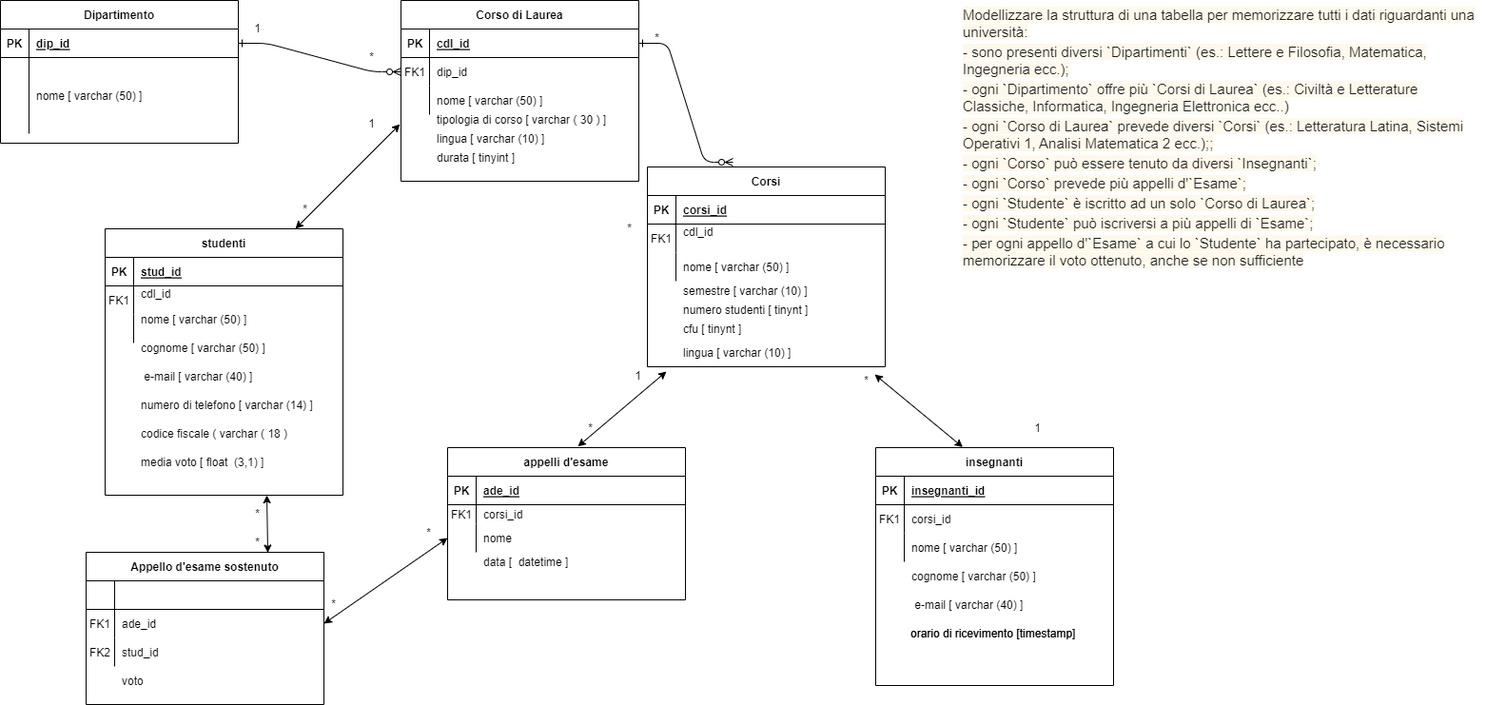
Before: db-uni-1.drawio.png, a diagram exported from draw.io (Al3ss4/db-university). Source tidied: cells renumbered, new cells last; positions are measured from the earlier drawing's top-left corner, leaving out a move shared by most shapes.
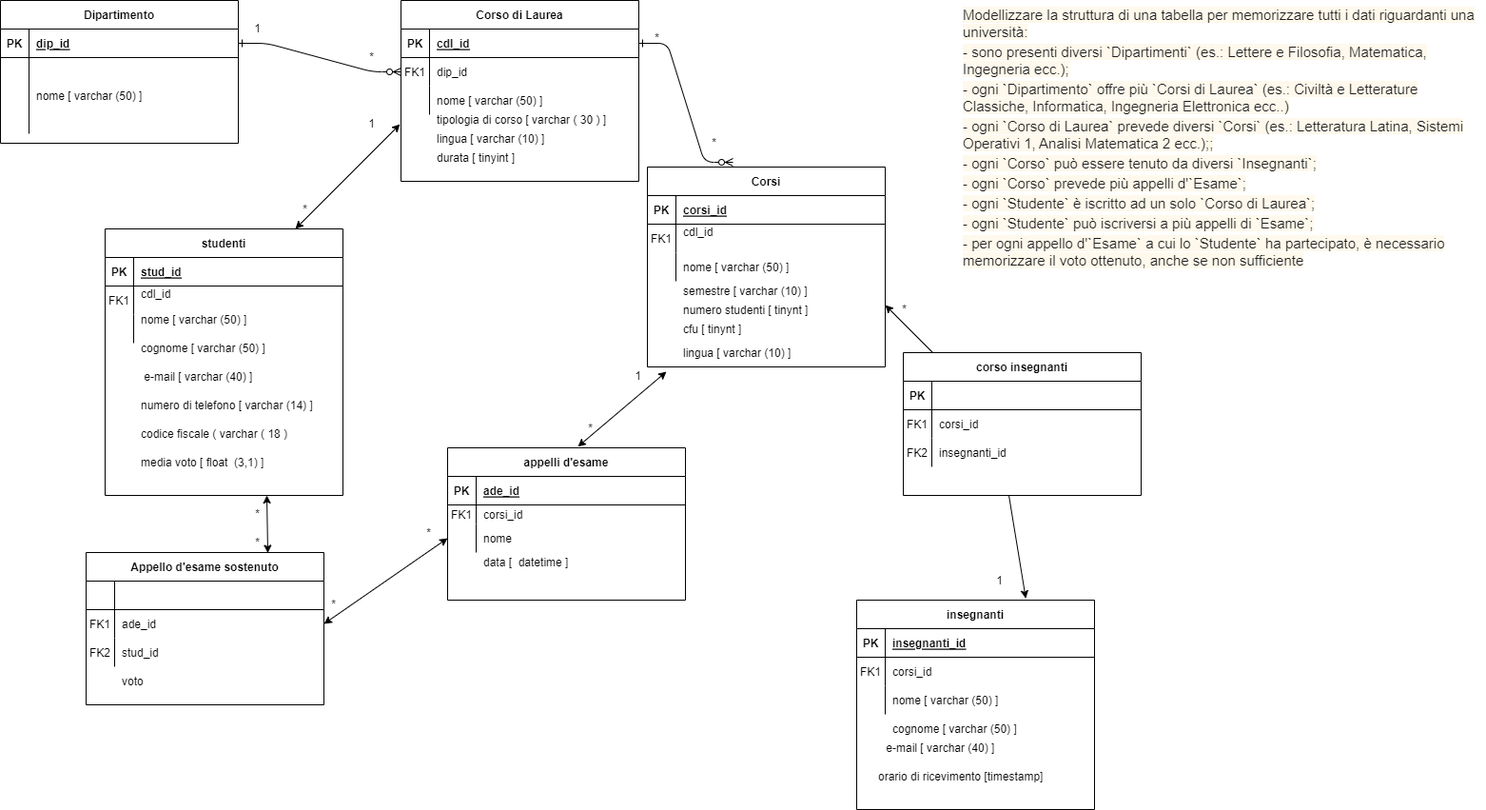
Above is the later version.

Diff of the diagram source:
```diff
@@ -104,10 +104,10 @@
       <mxGeometry x="680" y="30" width="20" height="20" as="geometry" />
     </mxCell>
     <mxCell id="35" value="*" style="text;html=1;align=center;verticalAlign=middle;strokeColor=none;fillColor=none;" parent="1" vertex="1">
-      <mxGeometry x="651" y="230" width="20" height="20" as="geometry" />
+      <mxGeometry x="740" y="140" width="20" height="20" as="geometry" />
     </mxCell>
     <mxCell id="36" value="insegnanti" style="shape=table;startSize=30;rowLines=0;fontStyle=1;align=center;" parent="1" vertex="1">
-      <mxGeometry x="920" y="470" width="250" height="250" as="geometry" />
+      <mxGeometry x="900" y="630" width="250" height="220" as="geometry" />
     </mxCell>
     <mxCell id="37" style="shape=partialRectangle;fillColor=none;top=0;left=0;right=0;bottom=1;" parent="36" vertex="1">
       <mxGeometry y="30" width="250" height="30" as="geometry" />
@@ -137,10 +137,10 @@
       <mxGeometry x="30" width="220" height="30" as="geometry" />
     </mxCell>
     <mxCell id="46" value="*" style="text;html=1;align=center;verticalAlign=middle;points=[];strokeColor=none;fillColor=none;" parent="1" vertex="1">
-      <mxGeometry x="900" y="390" width="20" height="20" as="geometry" />
+      <mxGeometry x="940" y="315" width="20" height="20" as="geometry" />
     </mxCell>
     <mxCell id="47" value="1" style="text;html=1;align=center;verticalAlign=middle;strokeColor=none;fillColor=none;" parent="1" vertex="1">
-      <mxGeometry x="1080" y="440" width="20" height="20" as="geometry" />
+      <mxGeometry x="1040" y="600" width="20" height="20" as="geometry" />
     </mxCell>
     <mxCell id="48" value="appelli d'esame" style="shape=table;startSize=30;rowLines=0;fontStyle=1;align=center;" parent="1" vertex="1">
       <mxGeometry x="470" y="470" width="250" height="160" as="geometry" />
@@ -279,16 +279,13 @@
       <mxGeometry x="440" y="550" width="20" height="20" as="geometry" />
     </mxCell>
     <mxCell id="91" value="cognome [ varchar (50) ]" style="shape=partialRectangle;overflow=hidden;fillColor=none;top=0;left=0;bottom=0;right=0;align=left;spacingLeft=6;" parent="1" vertex="1">
-      <mxGeometry x="950" y="590" width="220" height="30" as="geometry" />
+      <mxGeometry x="930" y="750" width="220" height="30" as="geometry" />
     </mxCell>
     <mxCell id="92" value=" e-mail [ varchar (40) ]" style="shape=partialRectangle;overflow=hidden;fillColor=none;top=0;left=0;bottom=0;right=0;align=left;spacingLeft=6;" parent="1" vertex="1">
-      <mxGeometry x="950" y="620" width="220" height="30" as="geometry" />
+      <mxGeometry x="920" y="770" width="220" height="30" as="geometry" />
     </mxCell>
-    <mxCell id="93" value="orario di ricevimento [timestamp]" style="shape=partialRectangle;overflow=hidden;fillColor=none;top=0;left=0;bottom=0;right=0;align=left;spacingLeft=6;" parent="1" vertex="1">
-      <mxGeometry x="949" y="650" width="220" height="30" as="geometry" />
-    </mxCell>
     <mxCell id="94" value="orario di ricevimento [timestamp]" style="shape=partialRectangle;overflow=hidden;fillColor=none;top=0;left=0;bottom=0;right=0;align=left;spacingLeft=6;" parent="1" vertex="1">
-      <mxGeometry x="949" y="650" width="220" height="30" as="geometry" />
+      <mxGeometry x="915" y="800" width="220" height="30" as="geometry" />
     </mxCell>
     <mxCell id="95" value="numero di telefono [ varchar (14) ]" style="shape=partialRectangle;overflow=hidden;fillColor=none;top=0;left=0;bottom=0;right=0;align=left;spacingLeft=6;" parent="1" vertex="1">
       <mxGeometry x="140" y="410" width="220" height="30" as="geometry" />
@@ -308,8 +305,11 @@
     <mxCell id="100" value="data [  datetime ]" style="shape=partialRectangle;overflow=hidden;fillColor=none;top=0;left=0;bottom=0;right=0;align=left;spacingLeft=6;" parent="1" vertex="1">
       <mxGeometry x="500" y="580" width="220" height="20" as="geometry" />
     </mxCell>
-    <mxCell id="101" style="endArrow=classic;startArrow=classic;html=1;rounded=0;exitX=0.366;exitY=-0.002;exitDx=0;exitDy=0;exitPerimeter=0;entryX=0.948;entryY=0.154;entryDx=0;entryDy=0;entryPerimeter=0;" parent="1" edge="1" source="36" target="46">
-      <mxGeometry relative="1" as="geometry" />
+    <mxCell id="101" style="endArrow=classic;startArrow=none;html=1;rounded=0;exitX=0;exitY=0;exitDx=0;exitDy=0;" parent="1" edge="1">
+      <mxGeometry relative="1" as="geometry">
+        <mxPoint x="980" y="370" as="sourcePoint" />
+        <mxPoint x="930" y="320" as="targetPoint" />
+      </mxGeometry>
     </mxCell>
     <mxCell id="102" value="numero studenti [ tinynt ]" style="shape=partialRectangle;overflow=hidden;fillColor=none;top=0;left=0;bottom=0;right=0;align=left;spacingLeft=6;" parent="1" vertex="1">
       <mxGeometry x="710" y="310" width="220" height="30" as="geometry" />
@@ -335,5 +335,40 @@
     <mxCell id="109" value="media voto [ float  (3,1) ]" style="shape=partialRectangle;overflow=hidden;fillColor=none;top=0;left=0;bottom=0;right=0;align=left;spacingLeft=6;" parent="1" vertex="1">
       <mxGeometry x="140" y="470" width="220" height="30" as="geometry" />
     </mxCell>
+    <mxCell id="110" style="endArrow=none;startArrow=classic;html=1;rounded=0;exitX=0.711;exitY=-0.008;exitDx=0;exitDy=0;exitPerimeter=0;" parent="1" edge="1" source="36">
+      <mxGeometry relative="1" as="geometry">
+        <mxPoint x="1060" y="520" as="targetPoint" />
+      </mxGeometry>
+    </mxCell>
+    <mxCell id="111" value="corso insegnanti" style="shape=table;startSize=30;rowLines=0;fontStyle=1;align=center;" parent="1" vertex="1">
+      <mxGeometry x="949" y="370" width="250" height="150" as="geometry" />
+    </mxCell>
+    <mxCell id="112" style="shape=partialRectangle;fillColor=none;top=0;left=0;right=0;bottom=1;" parent="111" vertex="1">
+      <mxGeometry y="30" width="250" height="30" as="geometry" />
+    </mxCell>
+    <mxCell id="113" value="PK" style="shape=partialRectangle;overflow=hidden;fillColor=none;top=0;left=0;bottom=0;right=0;fontStyle=1;" parent="112" vertex="1">
+      <mxGeometry width="30" height="30" as="geometry" />
+    </mxCell>
+    <mxCell id="114" style="shape=partialRectangle;overflow=hidden;fillColor=none;top=0;left=0;bottom=0;right=0;align=left;spacingLeft=6;fontStyle=5;" parent="112" vertex="1">
+      <mxGeometry x="30" width="220" height="30" as="geometry" />
+    </mxCell>
+    <mxCell id="115" style="shape=partialRectangle;fillColor=none;top=0;left=0;right=0;bottom=0;" parent="111" vertex="1">
+      <mxGeometry y="60" width="250" height="30" as="geometry" />
+    </mxCell>
+    <mxCell id="116" value="FK1" style="shape=partialRectangle;overflow=hidden;fillColor=none;top=0;left=0;bottom=0;right=0;" parent="115" vertex="1">
+      <mxGeometry width="30" height="30" as="geometry" />
+    </mxCell>
+    <mxCell id="117" value="corsi_id" style="shape=partialRectangle;overflow=hidden;fillColor=none;top=0;left=0;bottom=0;right=0;align=left;spacingLeft=6;" parent="115" vertex="1">
+      <mxGeometry x="30" width="220" height="30" as="geometry" />
+    </mxCell>
+    <mxCell id="118" style="shape=partialRectangle;fillColor=none;top=0;left=0;right=0;bottom=0;" parent="111" vertex="1">
+      <mxGeometry y="90" width="250" height="30" as="geometry" />
+    </mxCell>
+    <mxCell id="119" value="FK2" style="shape=partialRectangle;overflow=hidden;fillColor=none;top=0;left=0;bottom=0;right=0;" parent="118" vertex="1">
+      <mxGeometry width="30" height="30" as="geometry" />
+    </mxCell>
+    <mxCell id="120" value="insegnanti_id" style="shape=partialRectangle;overflow=hidden;fillColor=none;top=0;left=0;bottom=0;right=0;align=left;spacingLeft=6;" parent="118" vertex="1">
+      <mxGeometry x="30" width="220" height="30" as="geometry" />
+    </mxCell>
   </root>
 </mxGraphModel>
```
